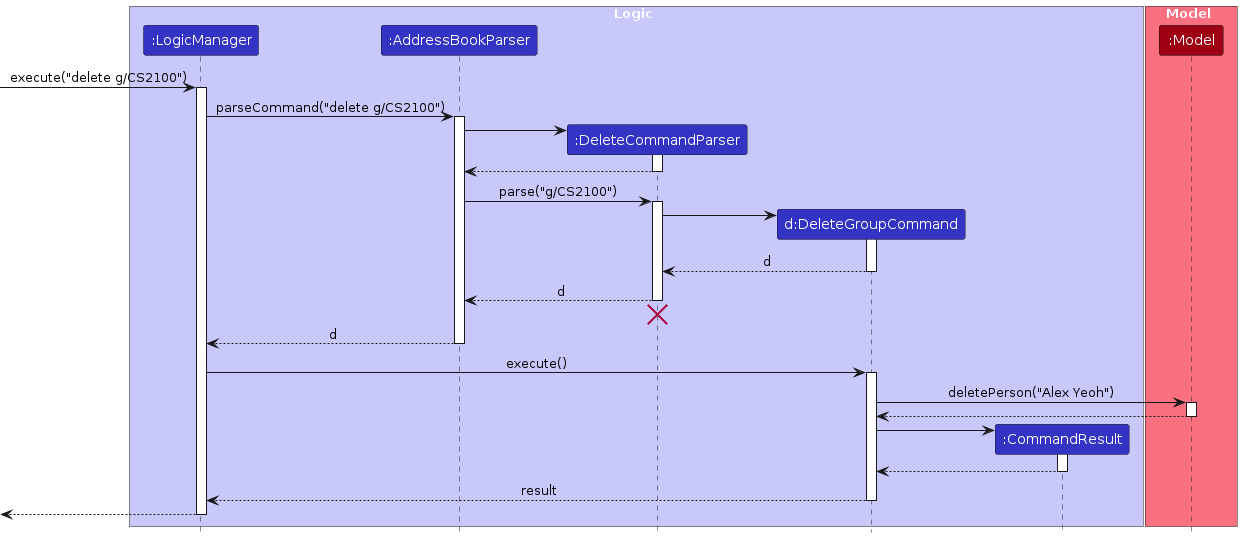
This is diagrams/DeleteGroupSequenceDiagram.png from AY2324S1-CS2103T-T10-3/tp, a PlantUML export, as it was before one commit. Its source is kept beside it as diagrams/DeleteGroupSequenceDiagram.puml.
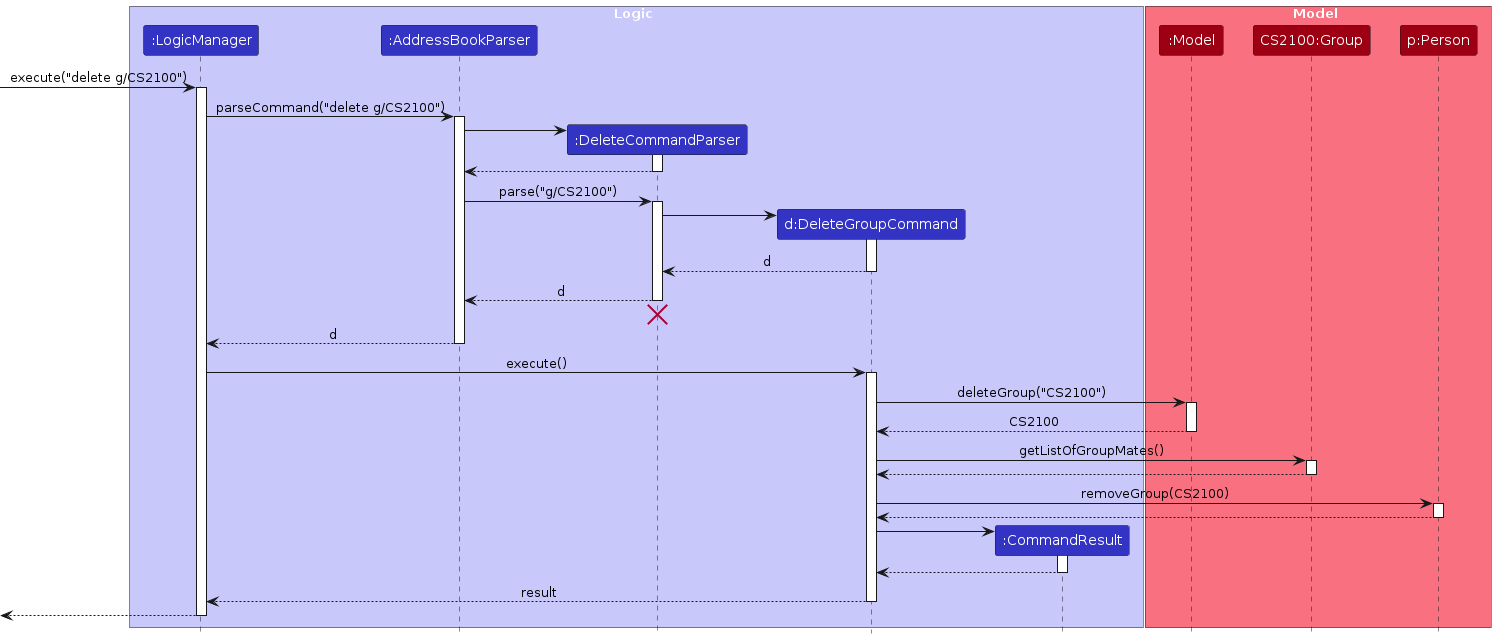
After the change.

Diff of the diagram source:
```diff
@@ -12,6 +12,8 @@
 
 box Model MODEL_COLOR_T1
 participant ":Model" as Model MODEL_COLOR
+participant "CS2100:Group" as Group MODEL_COLOR
+participant "p:Person" as Person MODEL_COLOR
 end box
 
 [-> LogicManager : execute("delete g/CS2100")
@@ -48,11 +50,23 @@
 LogicManager -> DeleteGroupCommand : execute()
 activate DeleteGroupCommand
 
-DeleteGroupCommand -> Model : deletePerson("Alex Yeoh")
+DeleteGroupCommand -> Model : deleteGroup("CS2100")
 activate Model
 
-Model --> DeleteGroupCommand
+Model --> DeleteGroupCommand : CS2100
 deactivate Model
+
+DeleteGroupCommand -> Group : getListOfGroupMates()
+activate Group
+
+Group --> DeleteGroupCommand
+deactivate Group
+
+DeleteGroupCommand -> Person : removeGroup(CS2100)
+activate Person
+
+Person --> DeleteGroupCommand
+deactivate Person
 
 create CommandResult
 DeleteGroupCommand -> CommandResult
```
